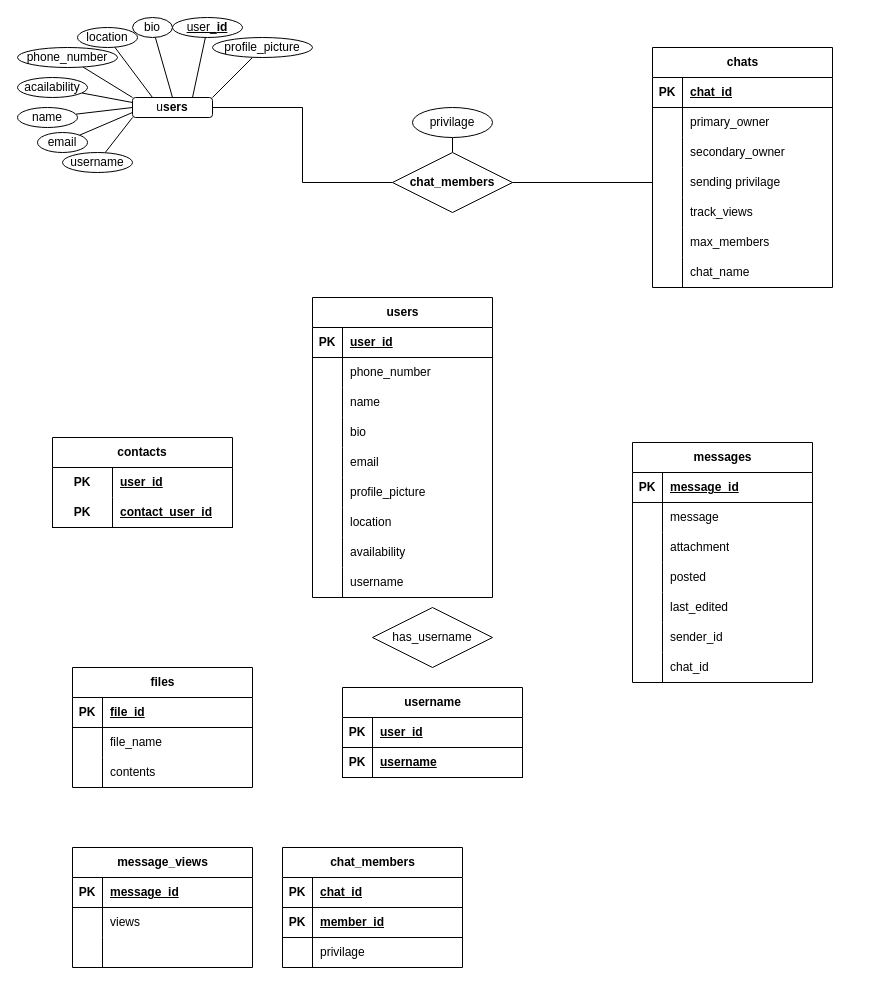
Earlier version of the draw.io diagram ER Diagram.drawio (ParkerTenBroeck/COSC_3P32). Source tidied: cells renumbered, new cells numbered last; positions are measured from the earlier drawing's top-left corner, leaving out a move shared by most shapes. Both pictures are drawn from the tidied source at 100%, with x=0, y=0 at pixel (17, 17).
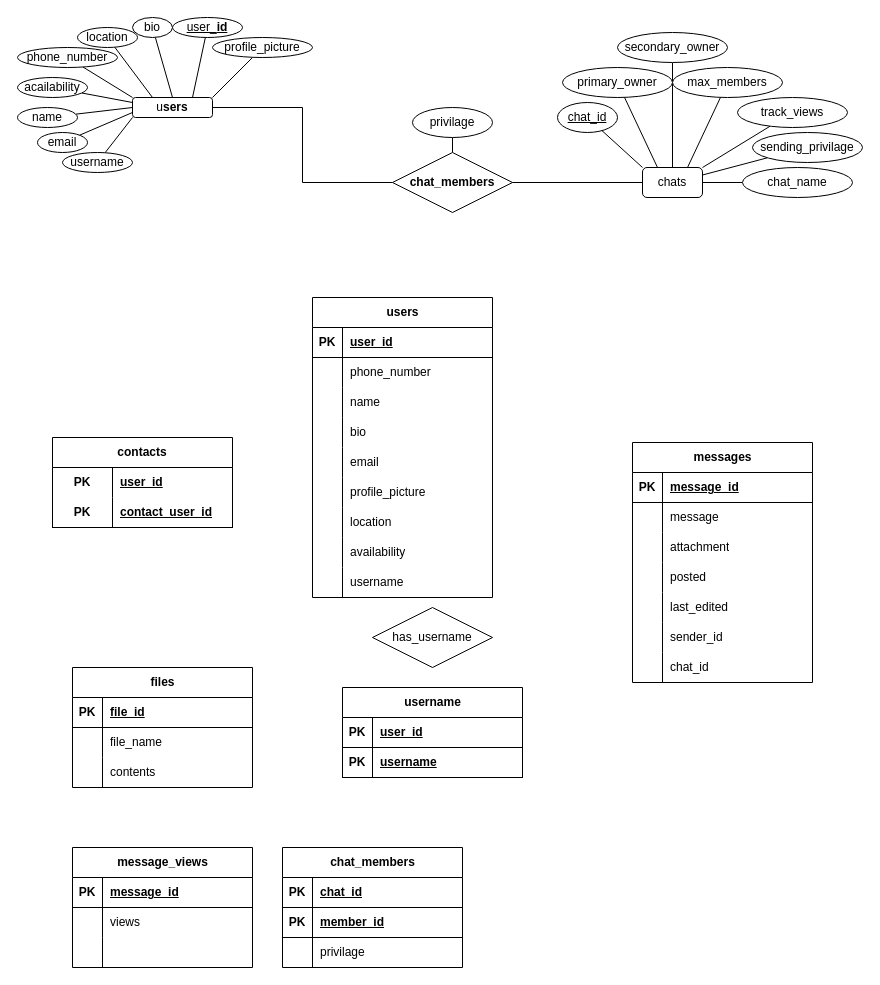
The same diagram, later.

The change refers to these unchanged cells:
```xml
<mxCell id="122" value="&lt;span style=&quot;font-weight: 700;&quot;&gt;chat_members&lt;/span&gt;" style="shape=rhombus;perimeter=rhombusPerimeter;whiteSpace=wrap;html=1;align=center;" parent="1" vertex="1">
  <mxGeometry x="375" y="135" width="120" height="60" as="geometry" />
</mxCell>
```

What changed in the source:
```diff
@@
-    <mxCell id="77" value="chats" style="shape=table;startSize=30;childLayout=tableLayout;rowLines=0;fontStyle=1;align=center;html=1;" parent="1" vertex="1">
-      <mxGeometry x="635" y="30" width="180" height="240" as="geometry" />
-    </mxCell>
-    <mxCell id="78" style="shape=tableRow;horizontal=0;startSize=0;swimlaneHead=0;swimlaneBody=0;fillColor=none;top=0;left=0;right=0;bottom=1;" parent="77" vertex="1">
-      <mxGeometry y="30" width="180" height="30" as="geometry" />
-    </mxCell>
-    <mxCell id="79" value="PK" style="shape=partialRectangle;fillColor=none;top=0;left=0;bottom=0;right=0;fontStyle=1;overflow=hidden;whiteSpace=wrap;html=1;" parent="78" vertex="1">
-      <mxGeometry width="30" height="30" as="geometry" />
-    </mxCell>
-    <mxCell id="80" value="chat_id" style="shape=partialRectangle;fillColor=none;top=0;left=0;bottom=0;right=0;align=left;spacingLeft=6;fontStyle=5;overflow=hidden;whiteSpace=wrap;html=1;" parent="78" vertex="1">
-      <mxGeometry x="30" width="150" height="30" as="geometry" />
-    </mxCell>
-    <mxCell id="81" style="shape=tableRow;horizontal=0;startSize=0;swimlaneHead=0;swimlaneBody=0;fillColor=none;top=0;left=0;right=0;bottom=0;" parent="77" vertex="1">
-      <mxGeometry y="60" width="180" height="30" as="geometry" />
-    </mxCell>
-    <mxCell id="82" style="shape=partialRectangle;fillColor=none;top=0;left=0;bottom=0;right=0;overflow=hidden;whiteSpace=wrap;html=1;" parent="81" vertex="1">
-      <mxGeometry width="30" height="30" as="geometry" />
-    </mxCell>
-    <mxCell id="83" value="primary_owner" style="shape=partialRectangle;fillColor=none;top=0;left=0;bottom=0;right=0;align=left;spacingLeft=6;overflow=hidden;whiteSpace=wrap;html=1;" parent="81" vertex="1">
-      <mxGeometry x="30" width="150" height="30" as="geometry" />
-    </mxCell>
-    <mxCell id="84" style="shape=tableRow;horizontal=0;startSize=0;swimlaneHead=0;swimlaneBody=0;fillColor=none;top=0;left=0;right=0;bottom=0;" parent="77" vertex="1">
-      <mxGeometry y="90" width="180" height="30" as="geometry" />
-    </mxCell>
-    <mxCell id="85" style="shape=partialRectangle;fillColor=none;top=0;left=0;bottom=0;right=0;overflow=hidden;whiteSpace=wrap;html=1;" parent="84" vertex="1">
-      <mxGeometry width="30" height="30" as="geometry" />
-    </mxCell>
-    <mxCell id="86" value="secondary_owner" style="shape=partialRectangle;fillColor=none;top=0;left=0;bottom=0;right=0;align=left;spacingLeft=6;overflow=hidden;whiteSpace=wrap;html=1;" parent="84" vertex="1">
-      <mxGeometry x="30" width="150" height="30" as="geometry" />
-    </mxCell>
-    <mxCell id="87" style="shape=tableRow;horizontal=0;startSize=0;swimlaneHead=0;swimlaneBody=0;fillColor=none;points=[[0,0.5],[1,0.5]];portConstraint=eastwest;top=0;left=0;right=0;bottom=0;" parent="77" vertex="1">
-      <mxGeometry y="120" width="180" height="30" as="geometry" />
-    </mxCell>
-    <mxCell id="88" style="shape=partialRectangle;fillColor=none;top=0;left=0;bottom=0;right=0;overflow=hidden;whiteSpace=wrap;html=1;" parent="87" vertex="1">
-      <mxGeometry width="30" height="30" as="geometry" />
-    </mxCell>
-    <mxCell id="89" value="sending privilage" style="shape=partialRectangle;fillColor=none;top=0;left=0;bottom=0;right=0;align=left;spacingLeft=6;overflow=hidden;whiteSpace=wrap;html=1;" parent="87" vertex="1">
-      <mxGeometry x="30" width="150" height="30" as="geometry" />
-    </mxCell>
-    <mxCell id="90" style="shape=tableRow;horizontal=0;startSize=0;swimlaneHead=0;swimlaneBody=0;fillColor=none;top=0;left=0;right=0;bottom=0;" parent="77" vertex="1">
-      <mxGeometry y="150" width="180" height="30" as="geometry" />
-    </mxCell>
-    <mxCell id="91" style="shape=partialRectangle;fillColor=none;top=0;left=0;bottom=0;right=0;overflow=hidden;whiteSpace=wrap;html=1;" parent="90" vertex="1">
-      <mxGeometry width="30" height="30" as="geometry" />
-    </mxCell>
-    <mxCell id="92" value="track_views" style="shape=partialRectangle;fillColor=none;top=0;left=0;bottom=0;right=0;align=left;spacingLeft=6;overflow=hidden;whiteSpace=wrap;html=1;" parent="90" vertex="1">
-      <mxGeometry x="30" width="150" height="30" as="geometry" />
-    </mxCell>
-    <mxCell id="93" style="shape=tableRow;horizontal=0;startSize=0;swimlaneHead=0;swimlaneBody=0;fillColor=none;top=0;left=0;right=0;bottom=0;" parent="77" vertex="1">
-      <mxGeometry y="180" width="180" height="30" as="geometry" />
-    </mxCell>
-    <mxCell id="94" style="shape=partialRectangle;fillColor=none;top=0;left=0;bottom=0;right=0;overflow=hidden;whiteSpace=wrap;html=1;" parent="93" vertex="1">
-      <mxGeometry width="30" height="30" as="geometry" />
-    </mxCell>
-    <mxCell id="95" value="max_members" style="shape=partialRectangle;fillColor=none;top=0;left=0;bottom=0;right=0;align=left;spacingLeft=6;overflow=hidden;whiteSpace=wrap;html=1;" parent="93" vertex="1">
-      <mxGeometry x="30" width="150" height="30" as="geometry" />
-    </mxCell>
-    <mxCell id="96" style="shape=tableRow;horizontal=0;startSize=0;swimlaneHead=0;swimlaneBody=0;fillColor=none;top=0;left=0;right=0;bottom=0;" parent="77" vertex="1">
-      <mxGeometry y="210" width="180" height="30" as="geometry" />
-    </mxCell>
-    <mxCell id="97" style="shape=partialRectangle;fillColor=none;top=0;left=0;bottom=0;right=0;overflow=hidden;whiteSpace=wrap;html=1;" parent="96" vertex="1">
-      <mxGeometry width="30" height="30" as="geometry" />
-    </mxCell>
-    <mxCell id="98" value="chat_name" style="shape=partialRectangle;fillColor=none;top=0;left=0;bottom=0;right=0;align=left;spacingLeft=6;overflow=hidden;whiteSpace=wrap;html=1;" parent="96" vertex="1">
-      <mxGeometry x="30" width="150" height="30" as="geometry" />
-    </mxCell>
@@
-    <mxCell id="119" style="edgeStyle=orthogonalEdgeStyle;rounded=0;jettySize=auto;html=1;exitX=1;exitY=0.5;exitDx=0;exitDy=0;entryX=0;entryY=0.5;entryDx=0;entryDy=0;endArrow=none;endFill=0;" parent="1" edge="1" source="122" target="87">
-      <mxGeometry relative="1" as="geometry" />
-    </mxCell>
@@
+    <mxCell id="143" style="edgeStyle=orthogonalEdgeStyle;rounded=0;jettySize=auto;html=1;exitX=1;exitY=0.5;exitDx=0;exitDy=0;endArrow=none;endFill=0;" parent="1" edge="1" source="122" target="77">
+      <mxGeometry relative="1" as="geometry" />
+    </mxCell>
@@
+    <mxCell id="144" style="rounded=0;jettySize=auto;html=1;exitX=0;exitY=0;exitDx=0;exitDy=0;endArrow=none;endFill=0;" parent="1" edge="1" source="77" target="80">
+      <mxGeometry relative="1" as="geometry" />
+    </mxCell>
+    <mxCell id="145" style="rounded=0;jettySize=auto;html=1;exitX=0.75;exitY=0;exitDx=0;exitDy=0;endArrow=none;endFill=0;" parent="1" edge="1" source="77" target="95">
+      <mxGeometry relative="1" as="geometry" />
+    </mxCell>
+    <mxCell id="146" style="rounded=0;jettySize=auto;html=1;exitX=1;exitY=0;exitDx=0;exitDy=0;endArrow=none;endFill=0;" parent="1" edge="1" source="77" target="92">
+      <mxGeometry relative="1" as="geometry" />
+    </mxCell>
+    <mxCell id="147" style="rounded=0;jettySize=auto;html=1;exitX=1;exitY=0.25;exitDx=0;exitDy=0;endArrow=none;endFill=0;" parent="1" edge="1" source="77" target="151">
+      <mxGeometry relative="1" as="geometry" />
+    </mxCell>
+    <mxCell id="148" style="rounded=0;jettySize=auto;html=1;exitX=0.25;exitY=0;exitDx=0;exitDy=0;endArrow=none;endFill=0;" parent="1" edge="1" source="77" target="83">
+      <mxGeometry relative="1" as="geometry" />
+    </mxCell>
+    <mxCell id="149" style="rounded=0;jettySize=auto;html=1;exitX=0.5;exitY=0;exitDx=0;exitDy=0;endArrow=none;endFill=0;" parent="1" edge="1" source="77" target="86">
+      <mxGeometry relative="1" as="geometry" />
+    </mxCell>
+    <mxCell id="150" style="rounded=0;jettySize=auto;html=1;exitX=1;exitY=0.5;exitDx=0;exitDy=0;endArrow=none;endFill=0;" parent="1" edge="1" source="77" target="98">
+      <mxGeometry relative="1" as="geometry" />
+    </mxCell>
+    <mxCell id="77" value="chats" style="rounded=1;whiteSpace=wrap;html=1;" parent="1" vertex="1">
+      <mxGeometry x="625" y="150" width="60" height="30" as="geometry" />
+    </mxCell>
+    <mxCell id="80" value="&lt;u&gt;chat_id&lt;/u&gt;" style="ellipse;whiteSpace=wrap;html=1;" parent="1" vertex="1">
+      <mxGeometry x="540" y="85" width="60" height="30" as="geometry" />
+    </mxCell>
+    <mxCell id="83" value="primary_owner" style="ellipse;whiteSpace=wrap;html=1;" parent="1" vertex="1">
+      <mxGeometry x="545" y="50" width="110" height="30" as="geometry" />
+    </mxCell>
+    <mxCell id="86" value="secondary_owner" style="ellipse;whiteSpace=wrap;html=1;" parent="1" vertex="1">
+      <mxGeometry x="600" y="15" width="110" height="30" as="geometry" />
+    </mxCell>
+    <mxCell id="151" value="sending_privilage" style="ellipse;whiteSpace=wrap;html=1;" parent="1" vertex="1">
+      <mxGeometry x="735" y="115" width="110" height="30" as="geometry" />
+    </mxCell>
+    <mxCell id="92" value="track_views" style="ellipse;whiteSpace=wrap;html=1;" parent="1" vertex="1">
+      <mxGeometry x="720" y="80" width="110" height="30" as="geometry" />
+    </mxCell>
+    <mxCell id="95" value="max_members" style="ellipse;whiteSpace=wrap;html=1;" parent="1" vertex="1">
+      <mxGeometry x="655" y="50" width="110" height="30" as="geometry" />
+    </mxCell>
+    <mxCell id="98" value="chat_name" style="ellipse;whiteSpace=wrap;html=1;" parent="1" vertex="1">
+      <mxGeometry x="725" y="150" width="110" height="30" as="geometry" />
+    </mxCell>
```
